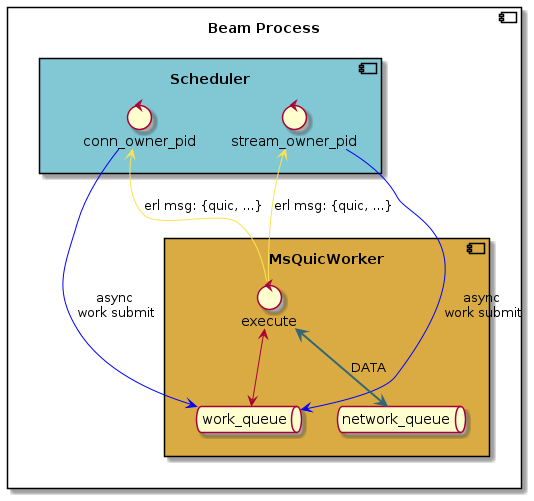
emqx/quic keeps this PlantUML diagram as docs/thread_models.png. Above is the earlier version. The source it was exported from:
```plantuml
@startuml
component "Beam Process" {

   component "Scheduler" #81C7D4 {
     control stream_owner_pid
     control conn_owner_pid
   }

   component "MsQuicWorker" #D9AB42{
    queue work_queue
    queue network_queue
    control execute
   }
}

Scheduler -[hidden]> MsQuicWorker

stream_owner_pid -down-> work_queue #blue: async \nwork submit
execute -up-> stream_owner_pid #FBE251: "erl msg: {quic, ...}"
execute <--> work_queue
execute <==>  network_queue #336774: DATA

conn_owner_pid -down-> work_queue #blue: async \nwork submit
execute -up-> conn_owner_pid #FBE251: "erl msg: {quic, ...}"
@enduml
```
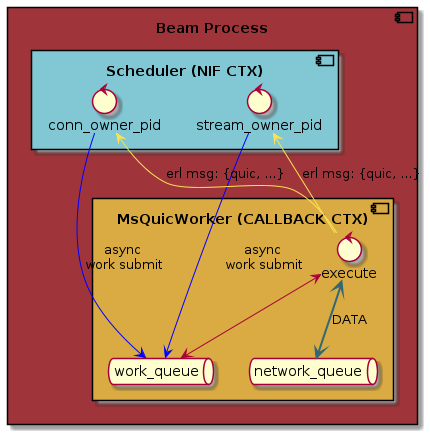
The same diagram one commit later.

Diff of the diagram source:
```diff
@@ -1,19 +1,18 @@
 @startuml
-component "Beam Process" {
+component "Beam Process" #9F353A {
 
-   component "Scheduler" #81C7D4 {
+   component "Scheduler (NIF CTX)" #81C7D4 {
      control stream_owner_pid
      control conn_owner_pid
    }
 
-   component "MsQuicWorker" #D9AB42{
+   component "MsQuicWorker (CALLBACK CTX)" #D9AB42{
     queue work_queue
     queue network_queue
     control execute
    }
 }
 
-Scheduler -[hidden]> MsQuicWorker
 
 stream_owner_pid -down-> work_queue #blue: async \nwork submit
 execute -up-> stream_owner_pid #FBE251: "erl msg: {quic, ...}"
```
